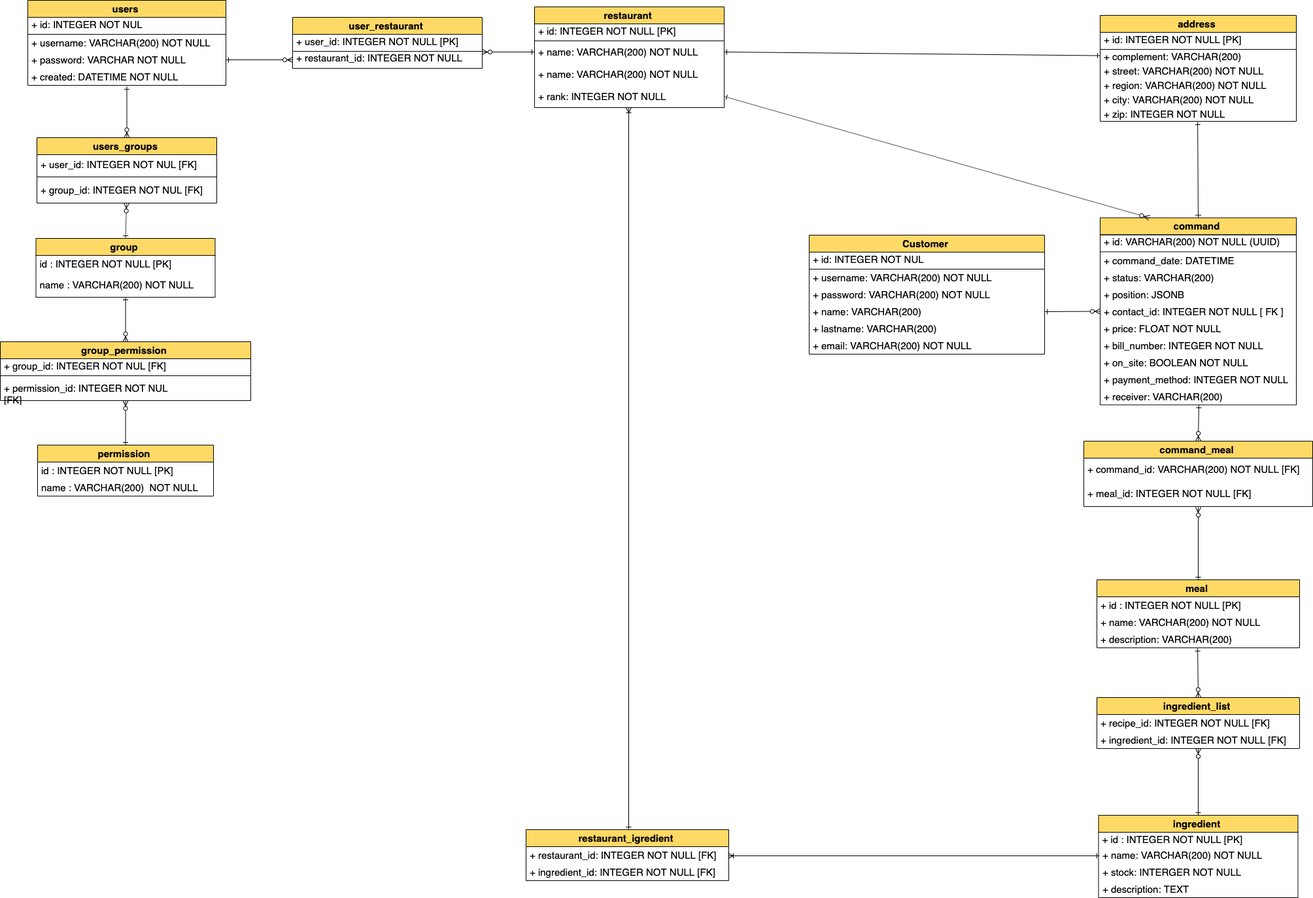
ritchy7/cosotespi keeps this draw.io diagram as docs/physical data model/physical data model pizzeria.png. Above is the earlier version. Source tidied: cells renumbered, new cells last; positions are measured from the earlier drawing's top-left corner, leaving out a move shared by most shapes.
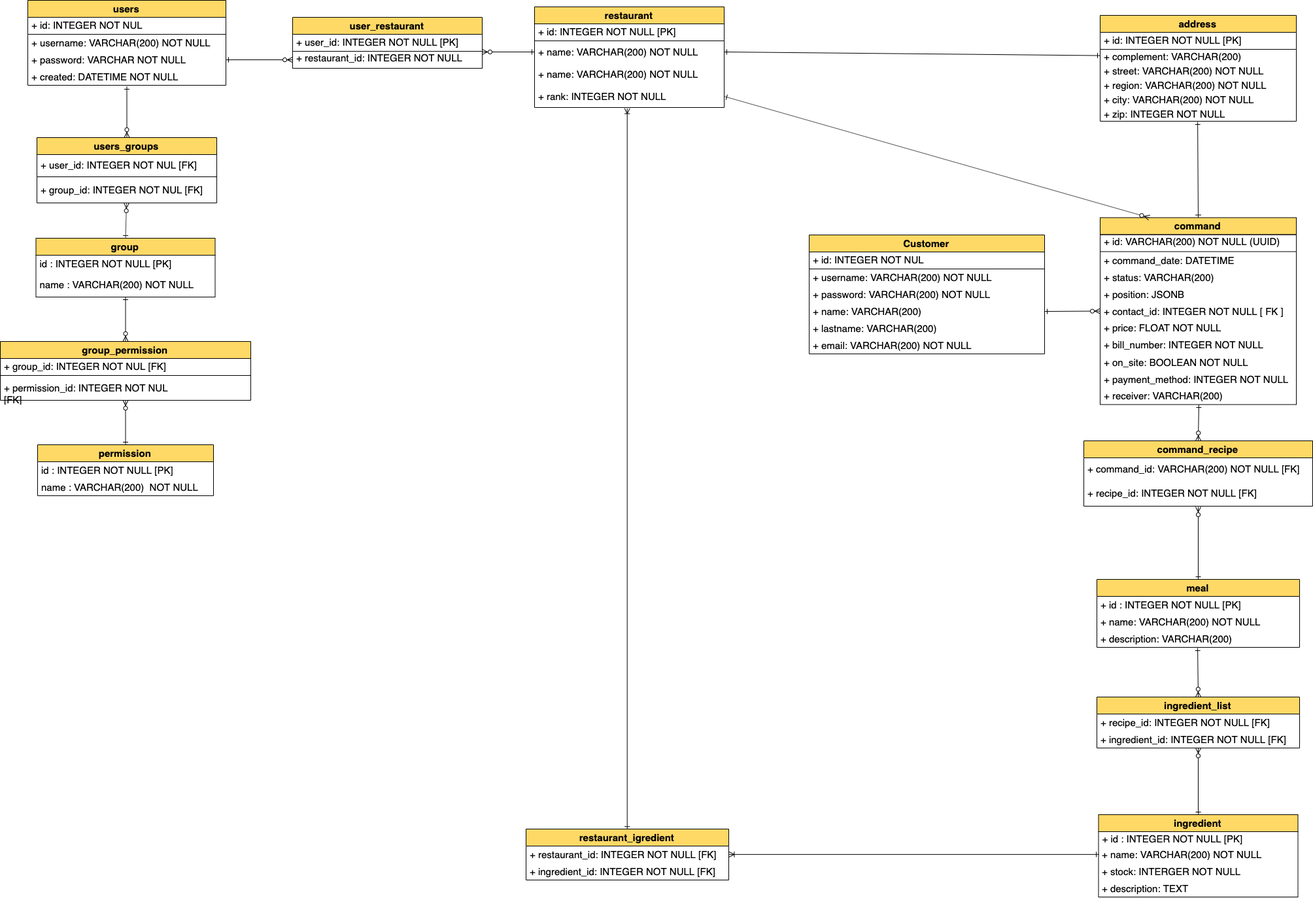
After the commit.

Commit message:
meal to recipe

The edit, as a diff of the source:
```diff
@@ -95,13 +95,13 @@
     <mxCell id="32" value="+ email: VARCHAR(200)&amp;nbsp;NOT NULL" style="text;html=1;strokeColor=none;fillColor=none;align=left;verticalAlign=middle;spacingLeft=4;spacingRight=4;whiteSpace=wrap;overflow=hidden;fontSize=15;" parent="26" vertex="1">
       <mxGeometry y="156" width="360" height="26" as="geometry" />
     </mxCell>
-    <mxCell id="33" value="command_meal" style="swimlane;fontStyle=1;horizontal=1;startSize=26;fillColor=#FFD966;swimlaneFillColor=#ffffff;align=center;fontSize=15;strokeColor=#000000;verticalAlign=middle;" parent="1" vertex="1">
+    <mxCell id="33" value="command_recipe" style="swimlane;fontStyle=1;horizontal=1;startSize=26;fillColor=#FFD966;swimlaneFillColor=#ffffff;align=center;fontSize=15;strokeColor=#000000;verticalAlign=middle;" parent="1" vertex="1">
       <mxGeometry x="1657" y="674" width="350" height="100" as="geometry" />
     </mxCell>
     <mxCell id="34" value="+ command_id: VARCHAR(200)&amp;nbsp;NOT NULL [FK]" style="text;html=1;strokeColor=none;fillColor=none;align=left;verticalAlign=middle;spacingLeft=4;spacingRight=4;whiteSpace=wrap;overflow=hidden;fontSize=15;" parent="33" vertex="1">
       <mxGeometry y="26" width="350" height="34" as="geometry" />
     </mxCell>
-    <mxCell id="35" value="+ meal_id: INTEGER NOT NULL [FK]" style="text;html=1;strokeColor=none;fillColor=none;align=left;verticalAlign=middle;spacingLeft=4;spacingRight=4;whiteSpace=wrap;overflow=hidden;points=[[0,0.5],[1,0.5]];portConstraint=eastwest;fontSize=15;" parent="33" vertex="1">
+    <mxCell id="35" value="+ recipe_id: INTEGER NOT NULL [FK]" style="text;html=1;strokeColor=none;fillColor=none;align=left;verticalAlign=middle;spacingLeft=4;spacingRight=4;whiteSpace=wrap;overflow=hidden;points=[[0,0.5],[1,0.5]];portConstraint=eastwest;fontSize=15;" parent="33" vertex="1">
       <mxGeometry y="60" width="350" height="40" as="geometry" />
     </mxCell>
     <mxCell id="36" value="meal" style="swimlane;fontStyle=1;horizontal=1;startSize=26;fillColor=#FFD966;swimlaneFillColor=#ffffff;align=center;fontSize=15;strokeColor=#000000;verticalAlign=middle;" parent="1" vertex="1">
```
